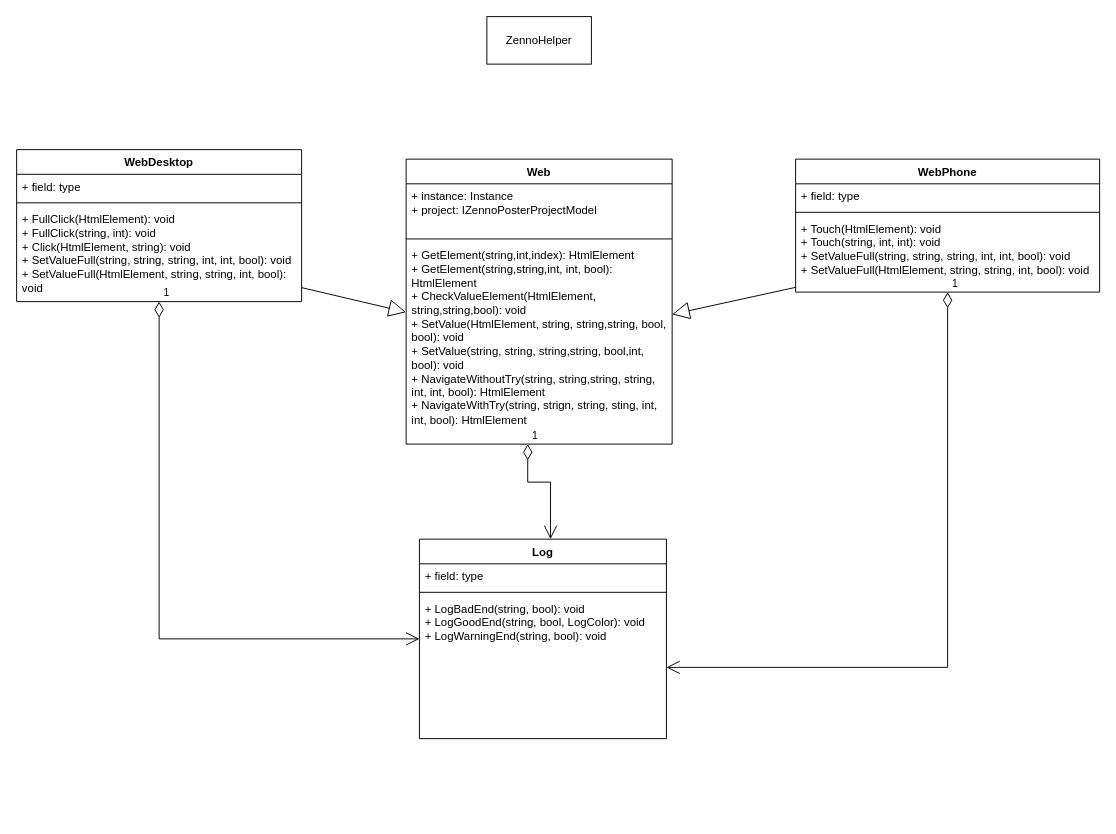
The draw.io diagram Helper.drawio in demiddima/ZennoHelper, before the edit. Source tidied: cells renumbered, new cells numbered last; positions are measured from the earlier drawing's top-left corner, leaving out a move shared by most shapes. Both pictures are drawn from the tidied source at 95%, with x=0, y=0 at pixel (16, 16).
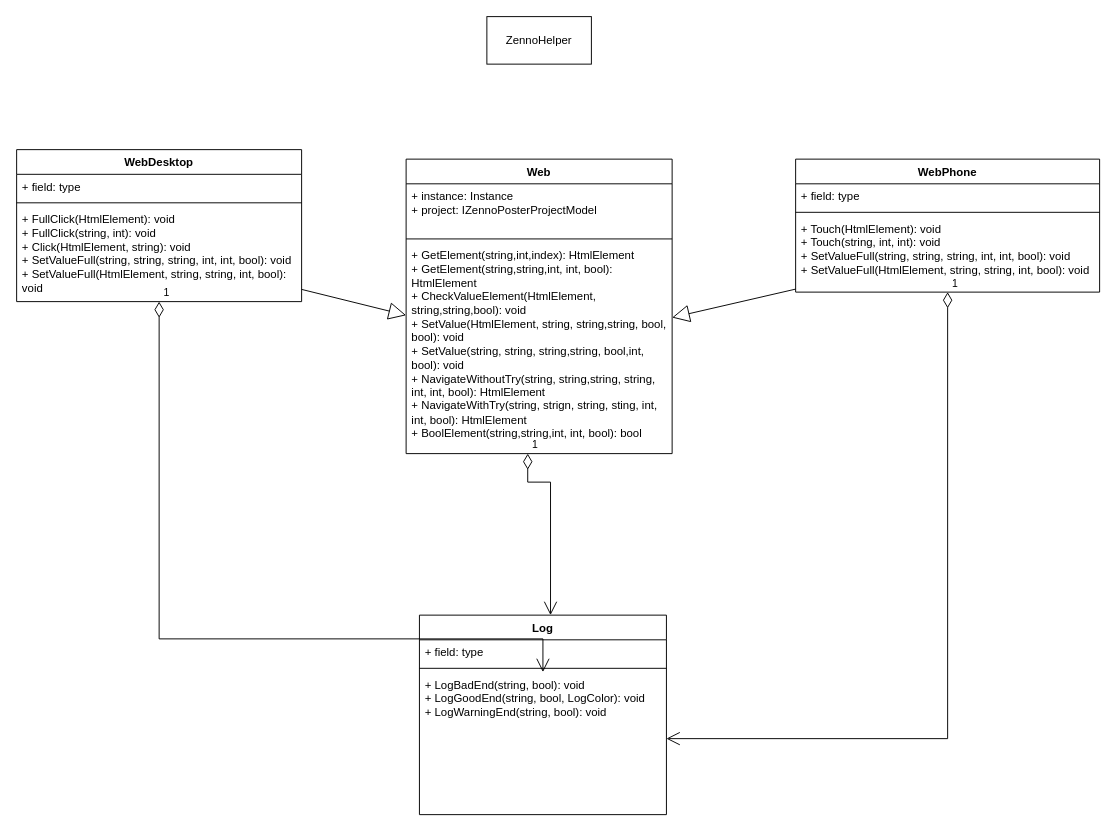
Above is the later version.

The change refers to these unchanged cells:
```xml
<mxCell id="10" value="WebPhone" style="swimlane;fontStyle=1;align=center;verticalAlign=top;horizontal=1;startSize=26;whiteSpace=wrap;html=1;" parent="1" vertex="1">
  <mxGeometry x="820" y="150" width="320" height="140" as="geometry" />
</mxCell>
<mxCell id="17" value="+ LogBadEnd(string, bool): void&lt;br&gt;+ LogGoodEnd(string, bool, LogColor): void&lt;br&gt;+ LogWarningEnd(string, bool): void" style="text;strokeColor=none;fillColor=none;align=left;verticalAlign=top;spacingLeft=4;spacingRight=4;overflow=hidden;points=[[0,0.5],[1,0.5]];portConstraint=eastwest;whiteSpace=wrap;html=1;" parent="14" vertex="1">
  <mxGeometry y="60" width="260" height="150" as="geometry" />
</mxCell>
```

Diff of the diagram source:
```diff
@@
     <mxCell id="2" value="Web" style="swimlane;fontStyle=1;align=center;verticalAlign=top;horizontal=1;startSize=26;whiteSpace=wrap;html=1;" parent="1" vertex="1">
-      <mxGeometry x="410" y="150" width="280" height="300" as="geometry" />
+      <mxGeometry x="410" y="150" width="280" height="310" as="geometry" />
     </mxCell>
@@
-    <mxCell id="5" value="+ GetElement(string,int,index): HtmlElement&lt;br&gt;+&amp;nbsp;GetElement(string,string,int, int, bool): HtmlElement&lt;br&gt;+ CheckValueElement(HtmlElement, string,string,bool): void&lt;br&gt;+ SetValue(HtmlElement, string, string,string, bool, bool): void&lt;br&gt;+ SetValue(string, string, string,string, bool,int, bool): void&lt;br&gt;+ NavigateWithoutTry(string, string,string, string, int, int, bool): HtmlElement&lt;br&gt;+ NavigateWithTry(string, strign, string, sting, int, int, bool): HtmlElement" style="text;strokeColor=none;fillColor=none;align=left;verticalAlign=top;spacingLeft=4;spacingRight=4;overflow=hidden;points=[[0,0.5],[1,0.5]];portConstraint=eastwest;whiteSpace=wrap;html=1;" parent="2" vertex="1">
-      <mxGeometry y="88" width="280" height="212" as="geometry" />
+    <mxCell id="5" value="+ GetElement(string,int,index): HtmlElement&lt;br&gt;+&amp;nbsp;GetElement(string,string,int, int, bool): HtmlElement&lt;br&gt;+ CheckValueElement(HtmlElement, string,string,bool): void&lt;br&gt;+ SetValue(HtmlElement, string, string,string, bool, bool): void&lt;br&gt;+ SetValue(string, string, string,string, bool,int, bool): void&lt;br&gt;+ NavigateWithoutTry(string, string,string, string, int, int, bool): HtmlElement&lt;br&gt;+ NavigateWithTry(string, strign, string, sting, int, int, bool): HtmlElement&lt;br&gt;+ BoolElement(string,string,int, int, bool): bool" style="text;strokeColor=none;fillColor=none;align=left;verticalAlign=top;spacingLeft=4;spacingRight=4;overflow=hidden;points=[[0,0.5],[1,0.5]];portConstraint=eastwest;whiteSpace=wrap;html=1;" parent="2" vertex="1">
+      <mxGeometry y="88" width="280" height="222" as="geometry" />
     </mxCell>
@@
     <mxCell id="14" value="Log" style="swimlane;fontStyle=1;align=center;verticalAlign=top;horizontal=1;startSize=26;whiteSpace=wrap;html=1;" parent="1" vertex="1">
-      <mxGeometry x="424" y="550" width="260" height="210" as="geometry" />
+      <mxGeometry x="424" y="630" width="260" height="210" as="geometry" />
     </mxCell>
@@
-    <mxCell id="20" value="1" style="endArrow=open;html=1;endSize=12;startArrow=diamondThin;startSize=14;startFill=0;edgeStyle=orthogonalEdgeStyle;align=left;verticalAlign=bottom;rounded=0;" parent="1" edge="1">
+    <mxCell id="20" value="1" style="endArrow=open;html=1;endSize=12;startArrow=diamondThin;startSize=14;startFill=0;edgeStyle=orthogonalEdgeStyle;align=left;verticalAlign=bottom;rounded=0;" parent="1" edge="1" source="2" target="14">
       <mxGeometry x="-1" y="3" relative="1" as="geometry">
-        <mxPoint x="538" y="450" as="sourcePoint" />
-        <mxPoint x="562" y="550" as="targetPoint" />
         <Array as="points">
           <mxPoint x="538" y="490" />
           <mxPoint x="562" y="490" />
         </Array>
       </mxGeometry>
     </mxCell>
@@
-    <mxCell id="22" value="1" style="endArrow=open;html=1;endSize=12;startArrow=diamondThin;startSize=14;startFill=0;edgeStyle=orthogonalEdgeStyle;align=left;verticalAlign=bottom;rounded=0;entryX=1;entryY=0.5;entryDx=0;entryDy=0;" parent="1" edge="1" source="10" target="17">
-      <mxGeometry x="-1" y="3" relative="1" as="geometry" />
+    <mxCell id="22" value="1" style="endArrow=open;html=1;endSize=12;startArrow=diamondThin;startSize=14;startFill=0;edgeStyle=orthogonalEdgeStyle;align=left;verticalAlign=bottom;rounded=0;" parent="1" edge="1" source="10" target="14">
+      <mxGeometry x="-1" y="3" relative="1" as="geometry">
+        <Array as="points">
+          <mxPoint x="980" y="760" />
+        </Array>
+      </mxGeometry>
     </mxCell>
```
